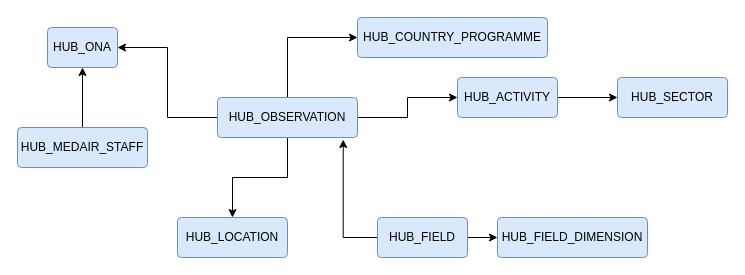
This is Conecptual Data Model.drawio from alimehdy/drawio, a draw.io file, before an edit. Source tidied: cells renumbered, new cells numbered last; positions are measured from the earlier drawing's top-left corner, leaving out a move shared by most shapes. Both pictures are drawn from the tidied source at 100%, with x=0, y=0 at pixel (17, 17).
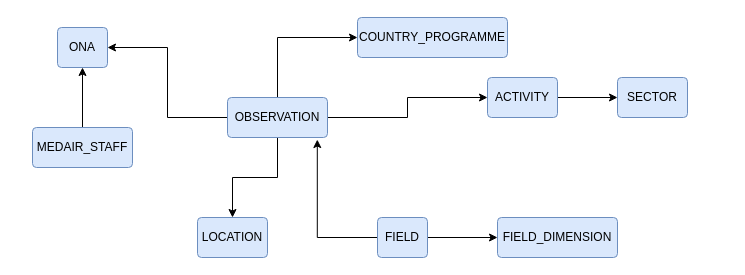
Above is the later version.

Change to the diagram source:
```diff
@@
 <mxGraphModel>
   <root>
     <mxCell id="0" />
     <mxCell id="1" parent="0" />
     <mxCell id="2" style="edgeStyle=orthogonalEdgeStyle;rounded=0;jettySize=auto;html=1;exitX=0.5;exitY=1;exitDx=0;exitDy=0;" parent="1" edge="1" source="6" target="8">
       <mxGeometry relative="1" as="geometry" />
     </mxCell>
     <mxCell id="3" style="edgeStyle=orthogonalEdgeStyle;rounded=0;jettySize=auto;html=1;exitX=1;exitY=0.5;exitDx=0;exitDy=0;entryX=0;entryY=0.5;entryDx=0;entryDy=0;" parent="1" edge="1" source="6" target="10">
       <mxGeometry relative="1" as="geometry" />
     </mxCell>
     <mxCell id="4" style="edgeStyle=orthogonalEdgeStyle;rounded=0;jettySize=auto;html=1;exitX=0.5;exitY=0;exitDx=0;exitDy=0;entryX=0;entryY=0.5;entryDx=0;entryDy=0;" parent="1" edge="1" source="6" target="11">
       <mxGeometry relative="1" as="geometry" />
     </mxCell>
     <mxCell id="5" style="edgeStyle=orthogonalEdgeStyle;rounded=0;jettySize=auto;html=1;exitX=0;exitY=0.5;exitDx=0;exitDy=0;entryX=1;entryY=0.5;entryDx=0;entryDy=0;" parent="1" edge="1" source="6" target="12">
       <mxGeometry relative="1" as="geometry" />
     </mxCell>
-    <mxCell id="6" value="HUB_OBSERVATION" style="rounded=1;arcSize=10;whiteSpace=wrap;html=1;align=center;fillColor=#dae8fc;strokeColor=#6c8ebf;" parent="1" vertex="1">
-      <mxGeometry x="200" y="80" width="140" height="40" as="geometry" />
+    <mxCell id="6" value="OBSERVATION" style="rounded=1;arcSize=10;whiteSpace=wrap;html=1;align=center;fillColor=#dae8fc;strokeColor=#6c8ebf;" parent="1" vertex="1">
+      <mxGeometry x="210" y="80" width="100" height="40" as="geometry" />
     </mxCell>
     <mxCell id="7" style="edgeStyle=orthogonalEdgeStyle;rounded=0;orthogonalLoop=1;jettySize=auto;html=1;exitX=0.5;exitY=1;exitDx=0;exitDy=0;" parent="1" edge="1" source="6" target="6">
       <mxGeometry relative="1" as="geometry" />
     </mxCell>
-    <mxCell id="8" value="HUB_LOCATION" style="rounded=1;arcSize=10;whiteSpace=wrap;html=1;align=center;fillColor=#dae8fc;strokeColor=#6c8ebf;" parent="1" vertex="1">
-      <mxGeometry x="160" y="200" width="110" height="40" as="geometry" />
+    <mxCell id="8" value="LOCATION" style="rounded=1;arcSize=10;whiteSpace=wrap;html=1;align=center;fillColor=#dae8fc;strokeColor=#6c8ebf;" parent="1" vertex="1">
+      <mxGeometry x="180" y="200" width="70" height="40" as="geometry" />
     </mxCell>
     <mxCell id="9" style="edgeStyle=orthogonalEdgeStyle;rounded=0;jettySize=auto;html=1;exitX=1;exitY=0.5;exitDx=0;exitDy=0;entryX=0;entryY=0.5;entryDx=0;entryDy=0;" parent="1" edge="1" source="10" target="19">
       <mxGeometry relative="1" as="geometry" />
     </mxCell>
-    <mxCell id="10" value="HUB_ACTIVITY" style="rounded=1;arcSize=10;whiteSpace=wrap;html=1;align=center;fillColor=#dae8fc;strokeColor=#6c8ebf;" parent="1" vertex="1">
-      <mxGeometry x="440" y="60" width="100" height="40" as="geometry" />
+    <mxCell id="10" value="ACTIVITY" style="rounded=1;arcSize=10;whiteSpace=wrap;html=1;align=center;fillColor=#dae8fc;strokeColor=#6c8ebf;" parent="1" vertex="1">
+      <mxGeometry x="470" y="60" width="70" height="40" as="geometry" />
     </mxCell>
-    <mxCell id="11" value="HUB_COUNTRY_PROGRAMME" style="rounded=1;arcSize=10;whiteSpace=wrap;html=1;align=center;fillColor=#dae8fc;strokeColor=#6c8ebf;" parent="1" vertex="1">
-      <mxGeometry x="340" width="190" height="40" as="geometry" />
+    <mxCell id="11" value="COUNTRY_PROGRAMME" style="rounded=1;arcSize=10;whiteSpace=wrap;html=1;align=center;fillColor=#dae8fc;strokeColor=#6c8ebf;" parent="1" vertex="1">
+      <mxGeometry x="340" width="150" height="40" as="geometry" />
     </mxCell>
-    <mxCell id="12" value="HUB_ONA" style="rounded=1;arcSize=10;whiteSpace=wrap;html=1;align=center;fillColor=#dae8fc;strokeColor=#6c8ebf;" parent="1" vertex="1">
-      <mxGeometry x="30" y="10" width="70" height="40" as="geometry" />
+    <mxCell id="12" value="ONA" style="rounded=1;arcSize=10;whiteSpace=wrap;html=1;align=center;fillColor=#dae8fc;strokeColor=#6c8ebf;" parent="1" vertex="1">
+      <mxGeometry x="40" y="10" width="50" height="40" as="geometry" />
     </mxCell>
     <mxCell id="13" style="edgeStyle=orthogonalEdgeStyle;rounded=0;jettySize=auto;html=1;exitX=0.5;exitY=0;exitDx=0;exitDy=0;entryX=0.5;entryY=1;entryDx=0;entryDy=0;" parent="1" edge="1" source="14" target="12">
       <mxGeometry relative="1" as="geometry" />
     </mxCell>
-    <mxCell id="14" value="HUB_MEDAIR_STAFF" style="rounded=1;arcSize=10;whiteSpace=wrap;html=1;align=center;fillColor=#dae8fc;strokeColor=#6c8ebf;" parent="1" vertex="1">
-      <mxGeometry y="110" width="130" height="40" as="geometry" />
+    <mxCell id="14" value="MEDAIR_STAFF" style="rounded=1;arcSize=10;whiteSpace=wrap;html=1;align=center;fillColor=#dae8fc;strokeColor=#6c8ebf;" parent="1" vertex="1">
+      <mxGeometry x="15" y="110" width="100" height="40" as="geometry" />
     </mxCell>
     <mxCell id="15" style="edgeStyle=orthogonalEdgeStyle;rounded=0;jettySize=auto;html=1;exitX=1;exitY=0.5;exitDx=0;exitDy=0;entryX=0;entryY=0.5;entryDx=0;entryDy=0;" parent="1" edge="1" source="17" target="18">
       <mxGeometry relative="1" as="geometry" />
     </mxCell>
     <mxCell id="16" style="edgeStyle=orthogonalEdgeStyle;rounded=0;jettySize=auto;html=1;exitX=0;exitY=0.5;exitDx=0;exitDy=0;entryX=0.898;entryY=1.051;entryDx=0;entryDy=0;entryPerimeter=0;" parent="1" edge="1" source="17" target="6">
       <mxGeometry relative="1" as="geometry" />
     </mxCell>
-    <mxCell id="17" value="HUB_FIELD" style="rounded=1;arcSize=10;whiteSpace=wrap;html=1;align=center;fillColor=#dae8fc;strokeColor=#6c8ebf;" parent="1" vertex="1">
-      <mxGeometry x="360" y="200" width="90" height="40" as="geometry" />
+    <mxCell id="17" value="FIELD" style="rounded=1;arcSize=10;whiteSpace=wrap;html=1;align=center;fillColor=#dae8fc;strokeColor=#6c8ebf;" parent="1" vertex="1">
+      <mxGeometry x="360" y="200" width="50" height="40" as="geometry" />
     </mxCell>
-    <mxCell id="18" value="HUB_FIELD_DIMENSION" style="rounded=1;arcSize=10;whiteSpace=wrap;html=1;align=center;fillColor=#dae8fc;strokeColor=#6c8ebf;" parent="1" vertex="1">
-      <mxGeometry x="480" y="200" width="150" height="40" as="geometry" />
+    <mxCell id="18" value="FIELD_DIMENSION" style="rounded=1;arcSize=10;whiteSpace=wrap;html=1;align=center;fillColor=#dae8fc;strokeColor=#6c8ebf;" parent="1" vertex="1">
+      <mxGeometry x="480" y="200" width="120" height="40" as="geometry" />
     </mxCell>
-    <mxCell id="19" value="HUB_SECTOR" style="rounded=1;arcSize=10;whiteSpace=wrap;html=1;align=center;fillColor=#dae8fc;strokeColor=#6c8ebf;" parent="1" vertex="1">
-      <mxGeometry x="600" y="60" width="110" height="40" as="geometry" />
+    <mxCell id="19" value="SECTOR" style="rounded=1;arcSize=10;whiteSpace=wrap;html=1;align=center;fillColor=#dae8fc;strokeColor=#6c8ebf;" parent="1" vertex="1">
+      <mxGeometry x="600" y="60" width="70" height="40" as="geometry" />
     </mxCell>
   </root>
 </mxGraphModel>
```
